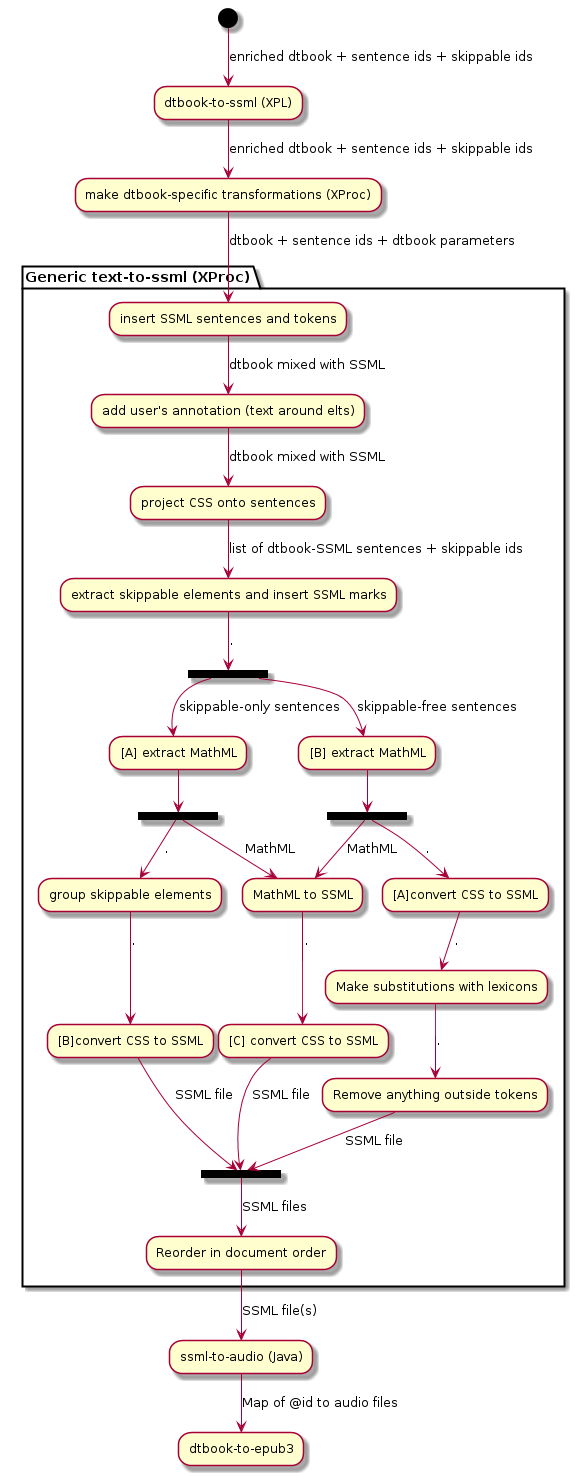
daisy/pipeline-modules keeps this PlantUML diagram as tts.png. Above is the earlier version.
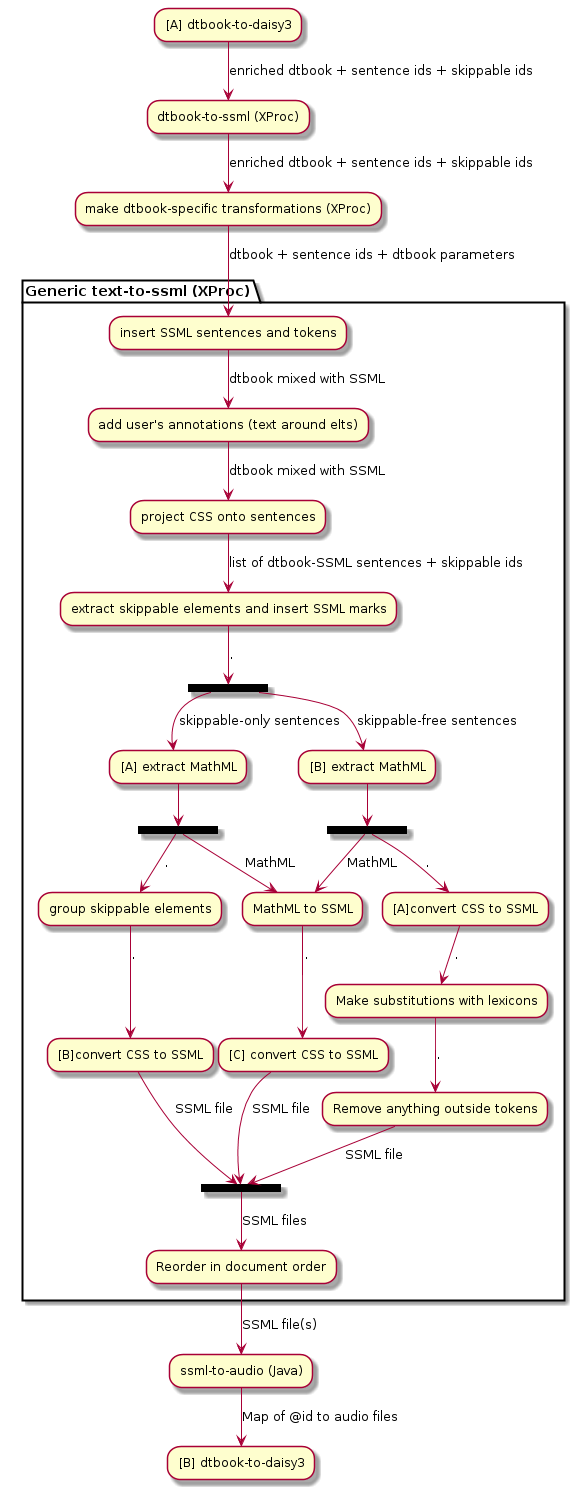
After the change.

Change to the diagram source:
```diff
@@ -1,12 +1,12 @@
 @startuml
 
-(*) -->[enriched dtbook + sentence ids + skippable ids] "dtbook-to-ssml (XPL)"
+"[A] dtbook-to-daisy3" -->[enriched dtbook + sentence ids + skippable ids] "dtbook-to-ssml (XProc)"
 -->[enriched dtbook + sentence ids + skippable ids] "make dtbook-specific transformations (XProc)"
 
 partition "Generic text-to-ssml (XProc)" {
 
 -->[dtbook + sentence ids + dtbook parameters] "insert SSML sentences and tokens"
--->[dtbook mixed with SSML] "add user's annotation (text around elts)"
+-->[dtbook mixed with SSML] "add user's annotations (text around elts)"
 -->[dtbook mixed with SSML] "project CSS onto sentences"
 -->[list of dtbook-SSML sentences + skippable ids] "extract skippable elements and insert SSML marks"
 -->[.] ===B1===
@@ -36,6 +36,6 @@
 }
 
 -->[SSML file(s)] "ssml-to-audio (Java)"
--->[Map of @id to audio files] "dtbook-to-epub3"
+-->[Map of @id to audio files] "[B] dtbook-to-daisy3"
 
 @enduml
```
